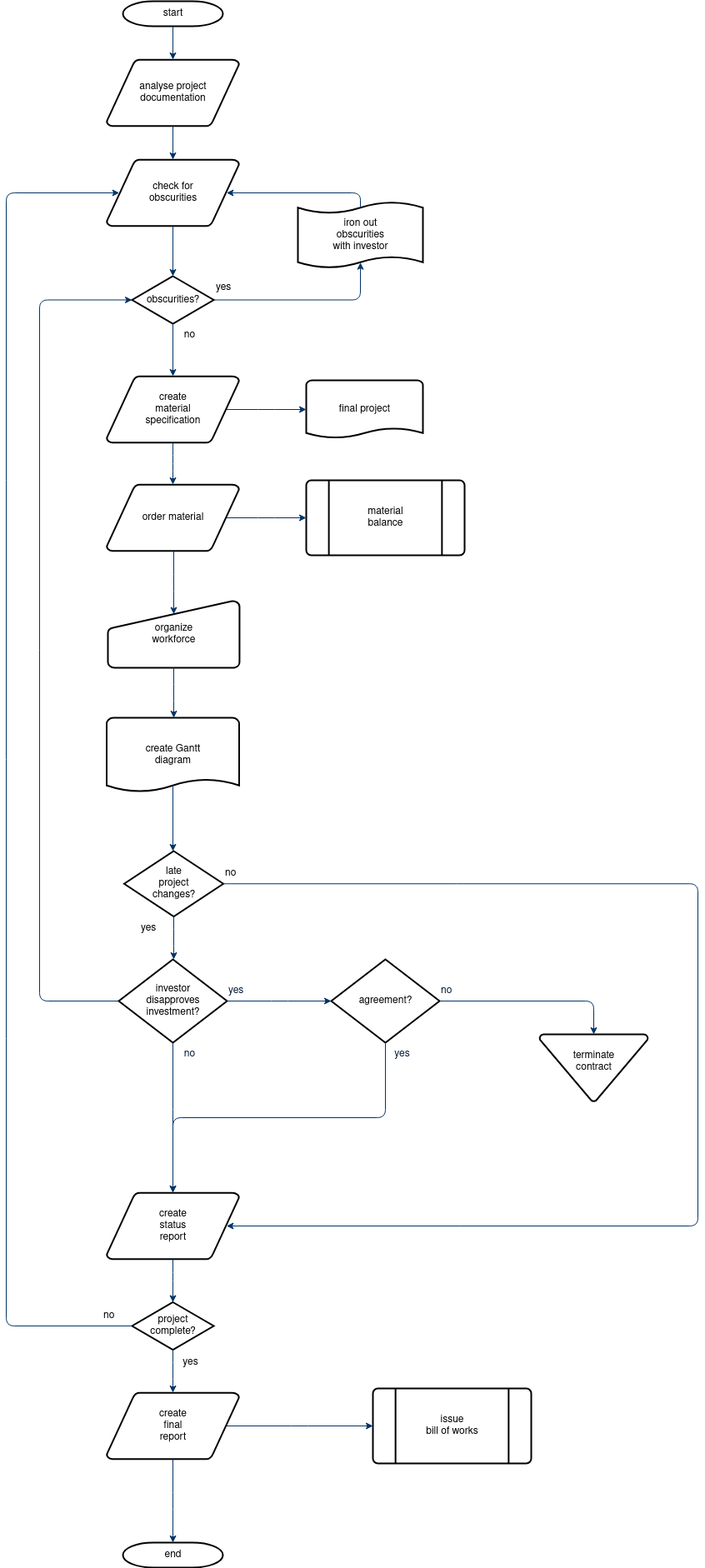
Earlier version of the draw.io export ALX SE Onboarding/OrderAlgorithm.drawio.png (34R4F4/ALX-SE). Source tidied: cells renumbered, new cells last; positions are measured from the earlier drawing's top-left corner, leaving out a move shared by most shapes.
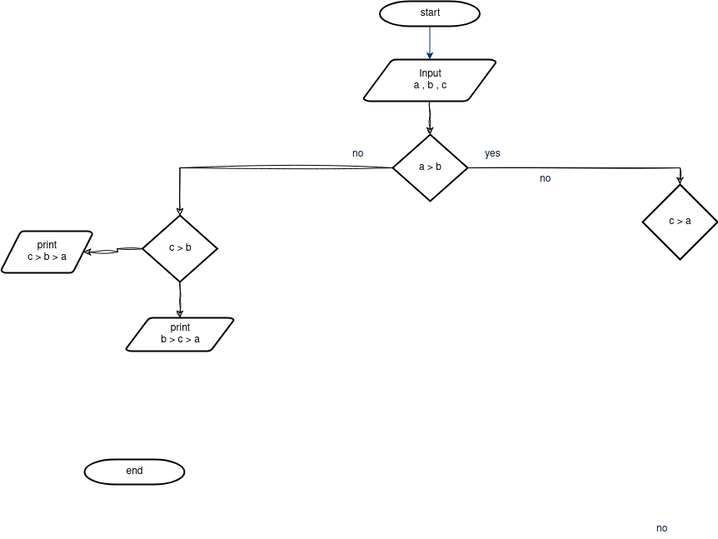
The same diagram one commit later.

The edit, as a diff of the source:
```diff
@@ -3,190 +3,58 @@
     <mxCell id="0" />
     <mxCell id="1" parent="0" />
     <mxCell id="2" value="start" style="shape=mxgraph.flowchart.terminator;strokeWidth=2;gradientColor=none;gradientDirection=north;fontStyle=0;html=1;" parent="1" vertex="1">
-      <mxGeometry x="140" width="120" height="30" as="geometry" />
+      <mxGeometry x="404.5" y="-10" width="120" height="30" as="geometry" />
     </mxCell>
+    <mxCell id="56" style="edgeStyle=orthogonalEdgeStyle;rounded=0;sketch=1;hachureGap=4;jiggle=2;curveFitting=1;jettySize=auto;html=1;fontFamily=Architects Daughter;fontSource=https%3A%2F%2Ffonts.googleapis.com%2Fcss%3Ffamily%3DArchitects%2BDaughter;fontSize=16;" parent="1" edge="1" source="3" target="29">
+      <mxGeometry relative="1" as="geometry" />
+    </mxCell>
-    <mxCell id="3" value="analyse project&#10; documentation" style="shape=mxgraph.flowchart.data;strokeWidth=2;gradientColor=none;gradientDirection=north;fontStyle=0;html=1;" parent="1" vertex="1">
-      <mxGeometry x="120.5" y="70" width="159" height="80" as="geometry" />
+    <mxCell id="3" value="&lt;div&gt;Input&lt;/div&gt;&lt;div&gt;a , b , c&lt;br&gt;&lt;/div&gt;" style="shape=mxgraph.flowchart.data;strokeWidth=2;gradientColor=none;gradientDirection=north;fontStyle=0;html=1;" parent="1" vertex="1">
+      <mxGeometry x="385" y="60" width="159" height="50" as="geometry" />
     </mxCell>
-    <mxCell id="4" value="create&#10;material&#10;specification" style="shape=mxgraph.flowchart.data;strokeWidth=2;gradientColor=none;gradientDirection=north;fontStyle=0;html=1;" parent="1" vertex="1">
-      <mxGeometry x="120.5" y="450" width="159" height="80" as="geometry" />
-    </mxCell>
-    <mxCell id="5" value="check for&#10;obscurities" style="shape=mxgraph.flowchart.data;strokeWidth=2;gradientColor=none;gradientDirection=north;fontStyle=0;html=1;" parent="1" vertex="1">
-      <mxGeometry x="120.5" y="190" width="159" height="80" as="geometry" />
-    </mxCell>
-    <mxCell id="6" value="obscurities?" style="shape=mxgraph.flowchart.decision;strokeWidth=2;gradientColor=none;gradientDirection=north;fontStyle=0;html=1;" parent="1" vertex="1">
-      <mxGeometry x="151" y="330" width="98" height="57" as="geometry" />
-    </mxCell>
     <mxCell id="7" style="fontStyle=1;strokeColor=#003366;strokeWidth=1;html=1;" parent="1" edge="1" source="2" target="3">
       <mxGeometry relative="1" as="geometry" />
     </mxCell>
-    <mxCell id="8" style="fontStyle=1;strokeColor=#003366;strokeWidth=1;html=1;" parent="1" edge="1" source="3" target="5">
-      <mxGeometry relative="1" as="geometry" />
-    </mxCell>
-    <mxCell id="9" style="entryX=0.5;entryY=0;entryPerimeter=0;fontStyle=1;strokeColor=#003366;strokeWidth=1;html=1;" parent="1" edge="1" source="5" target="6">
-      <mxGeometry relative="1" as="geometry" />
-    </mxCell>
-    <mxCell id="10" style="edgeStyle=elbowEdgeStyle;elbow=horizontal;entryX=0.5;entryY=0.91;entryPerimeter=0;exitX=1;exitY=0.5;exitPerimeter=0;fontStyle=1;strokeColor=#003366;strokeWidth=1;html=1;" parent="1" edge="1" source="6" target="51">
-      <mxGeometry x="381" y="28.5" as="geometry">
-        <Array as="points">
-          <mxPoint x="425" y="340" />
-        </Array>
-      </mxGeometry>
-    </mxCell>
-    <mxCell id="11" value="yes" style="text;fontStyle=0;html=1;strokeColor=none;gradientColor=none;fillColor=none;strokeWidth=2;" parent="1" vertex="1">
-      <mxGeometry x="250" y="330" width="40" height="26" as="geometry" />
-    </mxCell>
-    <mxCell id="12" style="edgeStyle=elbowEdgeStyle;elbow=horizontal;fontColor=#001933;fontStyle=1;strokeColor=#003366;strokeWidth=1;html=1;" parent="1" edge="1" source="6" target="4">
-      <mxGeometry as="geometry" />
-    </mxCell>
-    <mxCell id="13" value="order material" style="shape=mxgraph.flowchart.data;strokeWidth=2;gradientColor=none;gradientDirection=north;fontStyle=0;html=1;" parent="1" vertex="1">
-      <mxGeometry x="120.5" y="580" width="159" height="80" as="geometry" />
-    </mxCell>
-    <mxCell id="14" value="no" style="text;fontStyle=0;html=1;strokeColor=none;gradientColor=none;fillColor=none;strokeWidth=2;align=center;" parent="1" vertex="1">
-      <mxGeometry x="200" y="387" width="40" height="26" as="geometry" />
-    </mxCell>
-    <mxCell id="15" value="final project" style="shape=mxgraph.flowchart.document;strokeWidth=2;gradientColor=none;gradientDirection=north;fontStyle=0;html=1;" parent="1" vertex="1">
-      <mxGeometry x="360" y="455" width="140" height="70" as="geometry" />
-    </mxCell>
-    <mxCell id="16" style="edgeStyle=elbowEdgeStyle;elbow=horizontal;exitX=0.905;exitY=0.5;exitPerimeter=0;fontStyle=1;strokeColor=#003366;strokeWidth=1;html=1;" parent="1" edge="1" source="4" target="15">
-      <mxGeometry as="geometry" />
-    </mxCell>
-    <mxCell id="17" style="edgeStyle=elbowEdgeStyle;elbow=horizontal;fontStyle=1;strokeColor=#003366;strokeWidth=1;html=1;" parent="1" edge="1" source="4" target="13">
-      <mxGeometry as="geometry" />
-    </mxCell>
-    <mxCell id="18" value="material&#10;balance" style="shape=mxgraph.flowchart.predefined_process;strokeWidth=2;gradientColor=none;gradientDirection=north;fontStyle=0;html=1;" parent="1" vertex="1">
-      <mxGeometry x="360" y="575" width="190" height="90" as="geometry" />
-    </mxCell>
-    <mxCell id="19" style="edgeStyle=elbowEdgeStyle;elbow=horizontal;exitX=0.905;exitY=0.5;exitPerimeter=0;fontStyle=1;strokeColor=#003366;strokeWidth=1;html=1;" parent="1" edge="1" source="13" target="18">
-      <mxGeometry as="geometry" />
-    </mxCell>
-    <mxCell id="20" value="organize &#10;workforce" style="shape=mxgraph.flowchart.manual_input;strokeWidth=2;gradientColor=none;gradientDirection=north;fontStyle=0;html=1;" parent="1" vertex="1">
-      <mxGeometry x="122" y="720" width="158" height="80" as="geometry" />
-    </mxCell>
-    <mxCell id="21" style="edgeStyle=elbowEdgeStyle;elbow=horizontal;entryX=0.5;entryY=0.195;entryPerimeter=0;fontStyle=1;strokeColor=#003366;strokeWidth=1;html=1;" parent="1" edge="1" source="13" target="20">
-      <mxGeometry as="geometry" />
-    </mxCell>
-    <mxCell id="22" value="create Gantt&#10;diagram" style="shape=mxgraph.flowchart.document;strokeWidth=2;gradientColor=none;gradientDirection=north;fontStyle=0;html=1;" parent="1" vertex="1">
-      <mxGeometry x="120.5" y="860" width="159" height="90" as="geometry" />
-    </mxCell>
-    <mxCell id="23" style="edgeStyle=elbowEdgeStyle;elbow=horizontal;exitX=0.5;exitY=1;exitPerimeter=0;fontStyle=1;strokeColor=#003366;strokeWidth=1;html=1;" parent="1" edge="1" source="20" target="22">
-      <mxGeometry as="geometry" />
-    </mxCell>
-    <mxCell id="24" value="late&#10;project&#10;changes?" style="shape=mxgraph.flowchart.decision;strokeWidth=2;gradientColor=none;gradientDirection=north;fontStyle=0;html=1;" parent="1" vertex="1">
-      <mxGeometry x="141.5" y="1020" width="119" height="78.5" as="geometry" />
-    </mxCell>
-    <mxCell id="25" style="edgeStyle=elbowEdgeStyle;elbow=horizontal;exitX=0.5;exitY=0.9;exitPerimeter=0;fontStyle=1;strokeColor=#003366;strokeWidth=1;html=1;" parent="1" edge="1" source="22" target="24">
-      <mxGeometry as="geometry" />
-    </mxCell>
-    <mxCell id="26" style="edgeStyle=elbowEdgeStyle;elbow=horizontal;exitX=0;exitY=0.5;exitPerimeter=0;entryX=0;entryY=0.5;entryPerimeter=0;fontStyle=1;strokeColor=#003366;strokeWidth=1;html=1;" parent="1" edge="1" source="28" target="6">
-      <mxGeometry as="geometry">
-        <Array as="points">
-          <mxPoint x="40" y="790" />
-        </Array>
-      </mxGeometry>
-    </mxCell>
-    <mxCell id="27" value="yes" style="text;fontStyle=0;html=1;strokeColor=none;gradientColor=none;fillColor=none;strokeWidth=2;" parent="1" vertex="1">
-      <mxGeometry x="160" y="1098.5" width="40" height="26" as="geometry" />
-    </mxCell>
-    <mxCell id="28" value="investor&#10;disapproves&#10; investment?" style="shape=mxgraph.flowchart.decision;strokeWidth=2;gradientColor=none;gradientDirection=north;fontStyle=0;html=1;" parent="1" vertex="1">
-      <mxGeometry x="135" y="1150" width="130" height="100" as="geometry" />
-    </mxCell>
+    <mxCell id="57" style="edgeStyle=orthogonalEdgeStyle;rounded=0;sketch=1;hachureGap=4;jiggle=2;curveFitting=1;jettySize=auto;html=1;entryX=0.5;entryY=0;entryDx=0;entryDy=0;entryPerimeter=0;fontFamily=Architects Daughter;fontSource=https%3A%2F%2Ffonts.googleapis.com%2Fcss%3Ffamily%3DArchitects%2BDaughter;fontSize=16;" parent="1" edge="1" source="29" target="62">
+      <mxGeometry relative="1" as="geometry" />
+    </mxCell>
+    <mxCell id="58" style="edgeStyle=orthogonalEdgeStyle;rounded=0;sketch=1;hachureGap=4;jiggle=2;curveFitting=1;jettySize=auto;html=1;entryX=0.5;entryY=0;entryDx=0;entryDy=0;entryPerimeter=0;fontFamily=Architects Daughter;fontSource=https%3A%2F%2Ffonts.googleapis.com%2Fcss%3Ffamily%3DArchitects%2BDaughter;fontSize=16;" parent="1" edge="1" source="29" target="61">
+      <mxGeometry relative="1" as="geometry" />
+    </mxCell>
-    <mxCell id="29" value="agreement?" style="shape=mxgraph.flowchart.decision;strokeWidth=2;gradientColor=none;gradientDirection=north;fontStyle=0;html=1;" parent="1" vertex="1">
-      <mxGeometry x="390" y="1150" width="130" height="100" as="geometry" />
+    <mxCell id="29" value="a &amp;gt; b" style="shape=mxgraph.flowchart.decision;strokeWidth=2;gradientColor=none;gradientDirection=north;fontStyle=0;html=1;" parent="1" vertex="1">
+      <mxGeometry x="420" y="150" width="90" height="80" as="geometry" />
     </mxCell>
-    <mxCell id="30" style="edgeStyle=elbowEdgeStyle;elbow=horizontal;exitX=0.5;exitY=1;exitPerimeter=0;fontStyle=1;strokeColor=#003366;strokeWidth=1;html=1;" parent="1" edge="1" source="24" target="28">
-      <mxGeometry as="geometry" />
-    </mxCell>
-    <mxCell id="31" style="edgeStyle=elbowEdgeStyle;elbow=horizontal;exitX=1;exitY=0.5;exitPerimeter=0;entryX=0;entryY=0.5;entryPerimeter=0;fontStyle=1;strokeColor=#003366;strokeWidth=1;html=1;" parent="1" edge="1" source="28" target="29">
-      <mxGeometry as="geometry" />
-    </mxCell>
-    <mxCell id="32" value="terminate&#10;contract&#10;" style="shape=mxgraph.flowchart.merge_or_storage;strokeWidth=2;gradientColor=none;gradientDirection=north;fontStyle=0;html=1;" parent="1" vertex="1">
-      <mxGeometry x="640" y="1240" width="130" height="80.5" as="geometry" />
-    </mxCell>
-    <mxCell id="33" style="edgeStyle=elbowEdgeStyle;elbow=vertical;exitX=1;exitY=0.5;exitPerimeter=0;entryX=0.5;entryY=0;entryPerimeter=0;fontStyle=1;strokeColor=#003366;strokeWidth=1;html=1;" parent="1" edge="1" source="29" target="32">
-      <mxGeometry as="geometry">
-        <Array as="points">
-          <mxPoint x="620" y="1200" />
-        </Array>
-      </mxGeometry>
-    </mxCell>
-    <mxCell id="34" value="create&#10;status&#10;report" style="shape=mxgraph.flowchart.data;strokeWidth=2;gradientColor=none;gradientDirection=north;fontStyle=0;html=1;" parent="1" vertex="1">
-      <mxGeometry x="120.5" y="1430" width="159" height="80" as="geometry" />
-    </mxCell>
-    <mxCell id="35" style="edgeStyle=elbowEdgeStyle;elbow=vertical;exitX=0.5;exitY=1;exitPerimeter=0;fontColor=#001933;fontStyle=1;strokeColor=#003366;strokeWidth=1;html=1;" parent="1" edge="1" source="28" target="34">
-      <mxGeometry as="geometry" />
-    </mxCell>
-    <mxCell id="36" style="edgeStyle=elbowEdgeStyle;elbow=vertical;exitX=0.5;exitY=1;exitPerimeter=0;entryX=0.5;entryY=0;entryPerimeter=0;fontStyle=1;strokeColor=#003366;strokeWidth=1;html=1;" parent="1" edge="1" source="29" target="34">
-      <mxGeometry as="geometry" />
-    </mxCell>
-    <mxCell id="37" value="project&#10;complete?" style="shape=mxgraph.flowchart.decision;strokeWidth=2;gradientColor=none;gradientDirection=north;fontStyle=0;html=1;" parent="1" vertex="1">
-      <mxGeometry x="151" y="1561.5" width="98" height="57" as="geometry" />
-    </mxCell>
-    <mxCell id="38" value="create&#10;final&#10;report" style="shape=mxgraph.flowchart.data;strokeWidth=2;gradientColor=none;gradientDirection=north;fontStyle=0;html=1;" parent="1" vertex="1">
-      <mxGeometry x="120.5" y="1670" width="159" height="80" as="geometry" />
-    </mxCell>
-    <mxCell id="39" value="issue&#10;bill of works" style="shape=mxgraph.flowchart.predefined_process;strokeWidth=2;gradientColor=none;gradientDirection=north;fontStyle=0;html=1;" parent="1" vertex="1">
-      <mxGeometry x="440" y="1665" width="190" height="90" as="geometry" />
-    </mxCell>
     <mxCell id="40" value="end" style="shape=mxgraph.flowchart.terminator;strokeWidth=2;gradientColor=none;gradientDirection=north;fontStyle=0;html=1;" parent="1" vertex="1">
-      <mxGeometry x="140" y="1850" width="120" height="30" as="geometry" />
+      <mxGeometry x="50" y="540" width="120" height="30" as="geometry" />
     </mxCell>
-    <mxCell id="41" style="edgeStyle=elbowEdgeStyle;elbow=vertical;exitX=0.5;exitY=1;exitPerimeter=0;entryX=0.5;entryY=0;entryPerimeter=0;fontStyle=1;strokeColor=#003366;strokeWidth=1;html=1;" parent="1" edge="1" source="34" target="37">
-      <mxGeometry as="geometry" />
-    </mxCell>
-    <mxCell id="42" style="edgeStyle=elbowEdgeStyle;elbow=vertical;exitX=0.5;exitY=1;exitPerimeter=0;entryX=0.5;entryY=0;entryPerimeter=0;fontStyle=1;strokeColor=#003366;strokeWidth=1;html=1;" parent="1" edge="1" source="37" target="38">
-      <mxGeometry as="geometry" />
-    </mxCell>
-    <mxCell id="43" style="edgeStyle=elbowEdgeStyle;elbow=vertical;exitX=0.5;exitY=1;exitPerimeter=0;entryX=0.5;entryY=0;entryPerimeter=0;fontStyle=1;strokeColor=#003366;strokeWidth=1;html=1;" parent="1" edge="1" source="38" target="40">
-      <mxGeometry as="geometry" />
-    </mxCell>
-    <mxCell id="44" style="edgeStyle=elbowEdgeStyle;elbow=vertical;exitX=0.905;exitY=0.5;exitPerimeter=0;entryX=0;entryY=0.5;entryPerimeter=0;fontStyle=1;strokeColor=#003366;strokeWidth=1;html=1;" parent="1" edge="1" source="38" target="39">
-      <mxGeometry as="geometry" />
-    </mxCell>
-    <mxCell id="45" style="edgeStyle=elbowEdgeStyle;elbow=horizontal;exitX=1;exitY=0.5;exitPerimeter=0;entryX=0.905;entryY=0.5;entryPerimeter=0;fontStyle=1;strokeColor=#003366;strokeWidth=1;html=1;" parent="1" edge="1" source="24" target="34">
-      <mxGeometry as="geometry">
-        <Array as="points">
-          <mxPoint x="830" y="1260" />
-        </Array>
-      </mxGeometry>
-    </mxCell>
-    <mxCell id="46" value="no" style="text;fontStyle=0;html=1;strokeColor=none;gradientColor=none;fillColor=none;strokeWidth=2;" parent="1" vertex="1">
-      <mxGeometry x="260.5" y="1033.2" width="40" height="26" as="geometry" />
-    </mxCell>
-    <mxCell id="47" value="yes" style="text;fontColor=#001933;fontStyle=0;html=1;strokeColor=none;gradientColor=none;fillColor=none;strokeWidth=2;" parent="1" vertex="1">
-      <mxGeometry x="265" y="1174" width="40" height="26" as="geometry" />
-    </mxCell>
-    <mxCell id="48" value="no" style="text;fontColor=#001933;fontStyle=0;html=1;strokeColor=none;gradientColor=none;fillColor=none;strokeWidth=2;align=center;" parent="1" vertex="1">
-      <mxGeometry x="200" y="1250" width="40" height="26" as="geometry" />
-    </mxCell>
     <mxCell id="49" value="yes" style="text;fontColor=#001933;fontStyle=0;html=1;strokeColor=none;gradientColor=none;fillColor=none;strokeWidth=2;align=center;" parent="1" vertex="1">
-      <mxGeometry x="455" y="1250" width="40" height="26" as="geometry" />
+      <mxGeometry x="520" y="160" width="40" height="26" as="geometry" />
     </mxCell>
     <mxCell id="50" value="no" style="text;fontColor=#001933;fontStyle=0;html=1;strokeColor=none;gradientColor=none;fillColor=none;strokeWidth=2;" parent="1" vertex="1">
-      <mxGeometry x="520" y="1174" width="40" height="26" as="geometry" />
+      <mxGeometry x="595" y="190" width="40" height="26" as="geometry" />
     </mxCell>
-    <mxCell id="51" value="iron out&#10;obscurities &#10;with investor" style="shape=mxgraph.flowchart.paper_tape;strokeWidth=2;gradientColor=none;gradientDirection=north;fontStyle=0;html=1;" parent="1" vertex="1">
-      <mxGeometry x="350" y="240" width="150" height="81" as="geometry" />
-    </mxCell>
-    <mxCell id="52" style="edgeStyle=elbowEdgeStyle;elbow=horizontal;exitX=0.5;exitY=0.09;exitPerimeter=0;entryX=0.905;entryY=0.5;entryPerimeter=0;fontStyle=1;strokeColor=#003366;strokeWidth=1;html=1;" parent="1" edge="1" source="51" target="5">
-      <mxGeometry as="geometry">
-        <Array as="points">
-          <mxPoint x="425" y="240" />
-        </Array>
-      </mxGeometry>
-    </mxCell>
-    <mxCell id="53" value="yes" style="text;fontStyle=0;html=1;strokeColor=none;gradientColor=none;fillColor=none;strokeWidth=2;align=center;" parent="1" vertex="1">
-      <mxGeometry x="201" y="1620" width="40" height="26" as="geometry" />
-    </mxCell>
-    <mxCell id="54" style="edgeStyle=elbowEdgeStyle;elbow=horizontal;exitX=0;exitY=0.5;exitPerimeter=0;entryX=0.095;entryY=0.5;entryPerimeter=0;fontStyle=1;strokeColor=#003366;strokeWidth=1;html=1;" parent="1" edge="1" source="37" target="5">
-      <mxGeometry as="geometry">
-        <Array as="points">
-          <mxPoint y="910" />
-        </Array>
-      </mxGeometry>
-    </mxCell>
-    <mxCell id="55" value="no" style="text;fontStyle=0;html=1;strokeColor=none;gradientColor=none;fillColor=none;strokeWidth=2;" parent="1" vertex="1">
-      <mxGeometry x="115" y="1564" width="40" height="26" as="geometry" />
-    </mxCell>
+    <mxCell id="59" style="edgeStyle=orthogonalEdgeStyle;rounded=0;sketch=1;hachureGap=4;jiggle=2;curveFitting=1;jettySize=auto;html=1;fontFamily=Architects Daughter;fontSource=https%3A%2F%2Ffonts.googleapis.com%2Fcss%3Ffamily%3DArchitects%2BDaughter;fontSize=16;entryX=0.905;entryY=0.5;entryDx=0;entryDy=0;entryPerimeter=0;" parent="1" edge="1" source="61" target="63">
+      <mxGeometry relative="1" as="geometry" />
+    </mxCell>
+    <mxCell id="60" style="edgeStyle=orthogonalEdgeStyle;rounded=0;sketch=1;hachureGap=4;jiggle=2;curveFitting=1;jettySize=auto;html=1;fontFamily=Architects Daughter;fontSource=https%3A%2F%2Ffonts.googleapis.com%2Fcss%3Ffamily%3DArchitects%2BDaughter;fontSize=16;" parent="1" edge="1" source="61" target="64">
+      <mxGeometry relative="1" as="geometry" />
+    </mxCell>
+    <mxCell id="61" value="c &amp;gt; b" style="shape=mxgraph.flowchart.decision;strokeWidth=2;gradientColor=none;gradientDirection=north;fontStyle=0;html=1;" parent="1" vertex="1">
+      <mxGeometry x="119.5" y="247" width="90" height="80" as="geometry" />
+    </mxCell>
+    <mxCell id="62" value="c &amp;gt; a" style="shape=mxgraph.flowchart.decision;strokeWidth=2;gradientColor=none;gradientDirection=north;fontStyle=0;html=1;" parent="1" vertex="1">
+      <mxGeometry x="720" y="210" width="90" height="90" as="geometry" />
+    </mxCell>
+    <mxCell id="63" value="&lt;div&gt;print&lt;/div&gt;&lt;div&gt;c &amp;gt; b &amp;gt; a&lt;br&gt;&lt;/div&gt;" style="shape=mxgraph.flowchart.data;strokeWidth=2;gradientColor=none;gradientDirection=north;fontStyle=0;html=1;" parent="1" vertex="1">
+      <mxGeometry x="-50" y="266" width="109.5" height="50" as="geometry" />
+    </mxCell>
+    <mxCell id="64" value="&lt;div&gt;print&lt;/div&gt;&lt;div&gt;b &amp;gt; c &amp;gt; a&lt;br&gt;&lt;/div&gt;" style="shape=mxgraph.flowchart.data;strokeWidth=2;gradientColor=none;gradientDirection=north;fontStyle=0;html=1;" parent="1" vertex="1">
+      <mxGeometry x="99.8" y="370" width="129.5" height="40" as="geometry" />
+    </mxCell>
+    <mxCell id="65" value="no" style="text;fontColor=#001933;fontStyle=0;html=1;strokeColor=none;gradientColor=none;fillColor=none;strokeWidth=2;" parent="1" vertex="1">
+      <mxGeometry x="370" y="160" width="40" height="26" as="geometry" />
+    </mxCell>
+    <mxCell id="66" value="no" style="text;fontColor=#001933;fontStyle=0;html=1;strokeColor=none;gradientColor=none;fillColor=none;strokeWidth=2;" parent="1" vertex="1">
+      <mxGeometry x="734.5" y="610" width="40" height="26" as="geometry" />
+    </mxCell>
   </root>
 </mxGraphModel>
```
